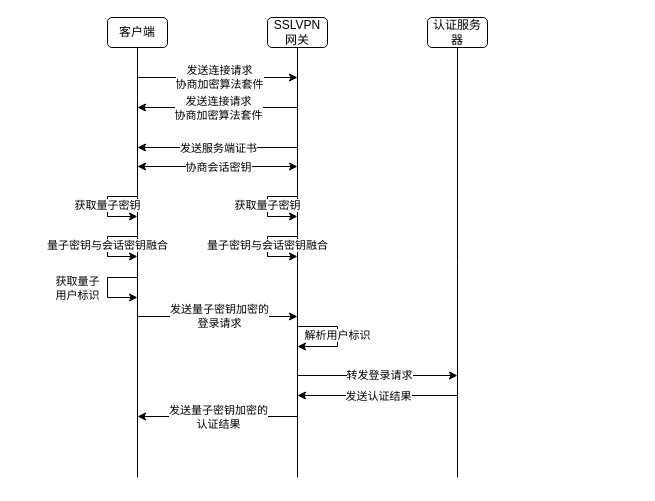
Above: page "SSL" (2 of 3) of 未命名绘图.drawio in Cheibniz/Cheibniz (draw.io), before the change. Source tidied: cells renumbered, new cells numbered last; positions are measured from the earlier drawing's top-left corner, leaving out a move shared by most shapes. Both pictures are drawn from the tidied source at 100%, with x=0, y=0 at pixel (107, 17).
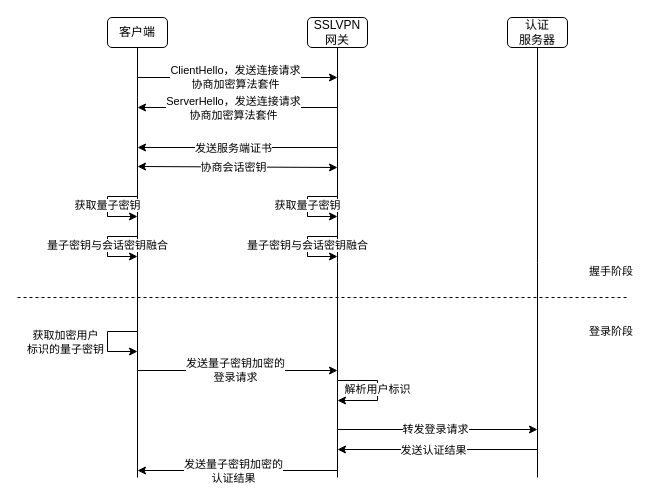
Above is the later version.

Commit message:
更新未命名绘图.drawio

Change to the diagram source:
```diff
@@
     <mxCell id="4" style="edgeStyle=orthogonalEdgeStyle;rounded=0;jettySize=auto;html=1;exitX=0.5;exitY=1;exitDx=0;exitDy=0;endArrow=none;endFill=0;" parent="1" edge="1" source="5">
       <mxGeometry relative="1" as="geometry">
-        <mxPoint x="190" y="460" as="targetPoint" />
+        <mxPoint x="230" y="460" as="targetPoint" />
       </mxGeometry>
     </mxCell>
     <mxCell id="5" value="SSLVPN网关" style="rounded=1;whiteSpace=wrap;html=1;" parent="1" vertex="1">
-      <mxGeometry x="160" width="60" height="30" as="geometry" />
+      <mxGeometry x="200" width="60" height="30" as="geometry" />
     </mxCell>
     <mxCell id="6" style="edgeStyle=orthogonalEdgeStyle;rounded=0;jettySize=auto;html=1;exitX=0.5;exitY=1;exitDx=0;exitDy=0;endArrow=none;endFill=0;" parent="1" edge="1" source="7">
       <mxGeometry relative="1" as="geometry">
-        <mxPoint x="350" y="460" as="targetPoint" />
+        <mxPoint x="430" y="460" as="targetPoint" />
       </mxGeometry>
     </mxCell>
-    <mxCell id="7" value="认证服务器" style="rounded=1;whiteSpace=wrap;html=1;" parent="1" vertex="1">
-      <mxGeometry x="320" width="60" height="30" as="geometry" />
+    <mxCell id="7" value="认证&lt;div&gt;服务器&lt;/div&gt;" style="rounded=1;whiteSpace=wrap;html=1;" parent="1" vertex="1">
+      <mxGeometry x="400" width="60" height="30" as="geometry" />
     </mxCell>
     <mxCell id="8" style="endArrow=classic;html=1;rounded=0;" parent="1" edge="1">
       <mxGeometry relative="1" as="geometry">
         <mxPoint x="30" y="60" as="sourcePoint" />
-        <mxPoint x="190" y="60" as="targetPoint" />
+        <mxPoint x="230" y="60" as="targetPoint" />
       </mxGeometry>
     </mxCell>
-    <mxCell id="9" value="发送连接请求&lt;div&gt;协商加密算法套件&lt;/div&gt;" style="edgeLabel;html=1;align=center;verticalAlign=middle;" parent="8" vertex="1">
+    <mxCell id="9" value="ClientHello，发送连接请求&lt;div&gt;协商加密算法套件&lt;/div&gt;" style="edgeLabel;html=1;align=center;verticalAlign=middle;" parent="8" vertex="1">
       <mxGeometry x="-0.18" y="1" relative="1" as="geometry">
         <mxPoint x="15" as="offset" />
       </mxGeometry>
     </mxCell>
     <mxCell id="10" style="endArrow=classic;html=1;rounded=0;" parent="1" edge="1">
       <mxGeometry relative="1" as="geometry">
-        <mxPoint x="190" y="90" as="sourcePoint" />
+        <mxPoint x="230" y="90" as="sourcePoint" />
         <mxPoint x="30" y="90" as="targetPoint" />
       </mxGeometry>
     </mxCell>
-    <mxCell id="11" value="发送连接请求&lt;div&gt;协商加密算法套件&lt;/div&gt;" style="edgeLabel;html=1;align=center;verticalAlign=middle;" parent="10" vertex="1">
+    <mxCell id="11" value="ServerHello，发送连接请求&lt;div&gt;协商加密算法套件&lt;/div&gt;" style="edgeLabel;html=1;align=center;verticalAlign=middle;" parent="10" vertex="1">
       <mxGeometry x="0.26" relative="1" as="geometry">
         <mxPoint x="21" as="offset" />
       </mxGeometry>
     </mxCell>
     <mxCell id="12" style="endArrow=classic;html=1;rounded=0;" parent="1" edge="1">
       <mxGeometry relative="1" as="geometry">
-        <mxPoint x="190" y="130" as="sourcePoint" />
+        <mxPoint x="230" y="130" as="sourcePoint" />
         <mxPoint x="30" y="130" as="targetPoint" />
       </mxGeometry>
     </mxCell>
@@
     <mxCell id="14" style="endArrow=classic;html=1;rounded=0;startArrow=classic;startFill=1;" parent="1" edge="1">
       <mxGeometry relative="1" as="geometry">
-        <mxPoint x="190" y="149" as="sourcePoint" />
+        <mxPoint x="230" y="150" as="sourcePoint" />
         <mxPoint x="30" y="149" as="targetPoint" />
       </mxGeometry>
     </mxCell>
@@
     <mxCell id="18" style="endArrow=classic;html=1;rounded=0;" parent="1" edge="1">
       <mxGeometry relative="1" as="geometry">
-        <mxPoint x="190" y="179" as="sourcePoint" />
-        <mxPoint x="190" y="199" as="targetPoint" />
+        <mxPoint x="230" y="179" as="sourcePoint" />
+        <mxPoint x="230" y="199" as="targetPoint" />
         <Array as="points">
-          <mxPoint x="160" y="179" />
-          <mxPoint x="160" y="199" />
+          <mxPoint x="200" y="179" />
+          <mxPoint x="200" y="199" />
         </Array>
       </mxGeometry>
     </mxCell>
@@
     <mxCell id="22" style="endArrow=classic;html=1;rounded=0;" parent="1" edge="1">
       <mxGeometry relative="1" as="geometry">
-        <mxPoint x="190" y="219" as="sourcePoint" />
-        <mxPoint x="190" y="239" as="targetPoint" />
+        <mxPoint x="230" y="219" as="sourcePoint" />
+        <mxPoint x="230" y="239" as="targetPoint" />
         <Array as="points">
-          <mxPoint x="160" y="219" />
-          <mxPoint x="160" y="239" />
+          <mxPoint x="200" y="219" />
+          <mxPoint x="200" y="239" />
         </Array>
       </mxGeometry>
     </mxCell>
@@
     <mxCell id="24" style="endArrow=classic;html=1;rounded=0;" parent="1" edge="1">
       <mxGeometry relative="1" as="geometry">
-        <mxPoint x="30" y="299" as="sourcePoint" />
-        <mxPoint x="190" y="299" as="targetPoint" />
+        <mxPoint x="30" y="353" as="sourcePoint" />
+        <mxPoint x="230" y="353" as="targetPoint" />
       </mxGeometry>
     </mxCell>
@@
     <mxCell id="26" style="endArrow=classic;html=1;rounded=0;" parent="1" edge="1">
       <mxGeometry relative="1" as="geometry">
-        <mxPoint x="190" y="358" as="sourcePoint" />
-        <mxPoint x="350" y="358" as="targetPoint" />
+        <mxPoint x="230" y="412" as="sourcePoint" />
+        <mxPoint x="430" y="412" as="targetPoint" />
       </mxGeometry>
     </mxCell>
@@
     <mxCell id="28" style="endArrow=classic;html=1;rounded=0;" parent="1" edge="1">
       <mxGeometry relative="1" as="geometry">
-        <mxPoint x="350" y="378" as="sourcePoint" />
-        <mxPoint x="190" y="378" as="targetPoint" />
+        <mxPoint x="430" y="432" as="sourcePoint" />
+        <mxPoint x="230" y="432" as="targetPoint" />
       </mxGeometry>
     </mxCell>
@@
     <mxCell id="30" style="endArrow=classic;html=1;rounded=0;" parent="1" edge="1">
       <mxGeometry relative="1" as="geometry">
-        <mxPoint x="190" y="309" as="sourcePoint" />
-        <mxPoint x="190" y="329" as="targetPoint" />
+        <mxPoint x="230" y="363" as="sourcePoint" />
+        <mxPoint x="230" y="383" as="targetPoint" />
         <Array as="points">
-          <mxPoint x="190" y="309" />
-          <mxPoint x="230" y="309" />
-          <mxPoint x="230" y="329" />
-          <mxPoint x="190" y="329" />
+          <mxPoint x="230" y="363" />
+          <mxPoint x="270" y="363" />
+          <mxPoint x="270" y="383" />
+          <mxPoint x="230" y="383" />
         </Array>
       </mxGeometry>
     </mxCell>
@@
     <mxCell id="32" style="endArrow=classic;html=1;rounded=0;" parent="1" edge="1">
       <mxGeometry relative="1" as="geometry">
-        <mxPoint x="190" y="399" as="sourcePoint" />
-        <mxPoint x="30" y="399" as="targetPoint" />
+        <mxPoint x="230" y="453" as="sourcePoint" />
+        <mxPoint x="30" y="453" as="targetPoint" />
       </mxGeometry>
     </mxCell>
@@
     <mxCell id="34" style="endArrow=classic;html=1;rounded=0;" parent="1" edge="1">
       <mxGeometry relative="1" as="geometry">
-        <mxPoint x="30" y="260" as="sourcePoint" />
-        <mxPoint x="30" y="280" as="targetPoint" />
+        <mxPoint x="30" y="314" as="sourcePoint" />
+        <mxPoint x="30" y="334" as="targetPoint" />
         <Array as="points">
-          <mxPoint y="260" />
-          <mxPoint y="280" />
+          <mxPoint y="314" />
+          <mxPoint y="334" />
         </Array>
       </mxGeometry>
     </mxCell>
-    <mxCell id="35" value="获取量子&lt;div&gt;用户标识&lt;/div&gt;" style="edgeLabel;html=1;align=center;verticalAlign=middle;" parent="34" vertex="1">
+    <mxCell id="35" value="获取加密用户&lt;div&gt;标识&lt;span style=&quot;background-color: light-dark(#ffffff, var(--ge-dark-color, #121212)); color: light-dark(rgb(0, 0, 0), rgb(255, 255, 255));&quot;&gt;的量子密钥&lt;/span&gt;&lt;/div&gt;" style="edgeLabel;html=1;align=center;verticalAlign=middle;" parent="34" vertex="1">
       <mxGeometry x="-0.05" y="-1" relative="1" as="geometry">
-        <mxPoint x="-30" y="2" as="offset" />
+        <mxPoint x="-42" y="2" as="offset" />
       </mxGeometry>
     </mxCell>
+    <mxCell id="36" style="endArrow=none;dashed=1;html=1;rounded=0;" parent="1" edge="1">
+      <mxGeometry relative="1" as="geometry">
+        <mxPoint x="-90" y="280" as="sourcePoint" />
+        <mxPoint x="520" y="280" as="targetPoint" />
+      </mxGeometry>
+    </mxCell>
+    <mxCell id="37" value="&lt;span style=&quot;color: rgb(0, 0, 0); font-family: Helvetica; font-size: 11px; font-style: normal; font-variant-ligatures: normal; font-variant-caps: normal; font-weight: 400; letter-spacing: normal; orphans: 2; text-align: center; text-indent: 0px; text-transform: none; widows: 2; word-spacing: 0px; -webkit-text-stroke-width: 0px; white-space: nowrap; background-color: rgb(255, 255, 255); text-decoration-thickness: initial; text-decoration-style: initial; text-decoration-color: initial; display: inline !important; float: none;&quot;&gt;握手阶段&lt;/span&gt;" style="text;whiteSpace=wrap;html=1;" parent="1" vertex="1">
+      <mxGeometry x="480" y="240" width="50" height="20" as="geometry" />
+    </mxCell>
+    <mxCell id="38" value="&lt;span style=&quot;color: rgb(0, 0, 0); font-family: Helvetica; font-size: 11px; font-style: normal; font-variant-ligatures: normal; font-variant-caps: normal; font-weight: 400; letter-spacing: normal; orphans: 2; text-align: center; text-indent: 0px; text-transform: none; widows: 2; word-spacing: 0px; -webkit-text-stroke-width: 0px; white-space: nowrap; background-color: rgb(255, 255, 255); text-decoration-thickness: initial; text-decoration-style: initial; text-decoration-color: initial; float: none; display: inline !important;&quot;&gt;登录阶段&lt;/span&gt;" style="text;whiteSpace=wrap;html=1;" parent="1" vertex="1">
+      <mxGeometry x="480" y="300" width="50" height="20" as="geometry" />
+    </mxCell>
```
